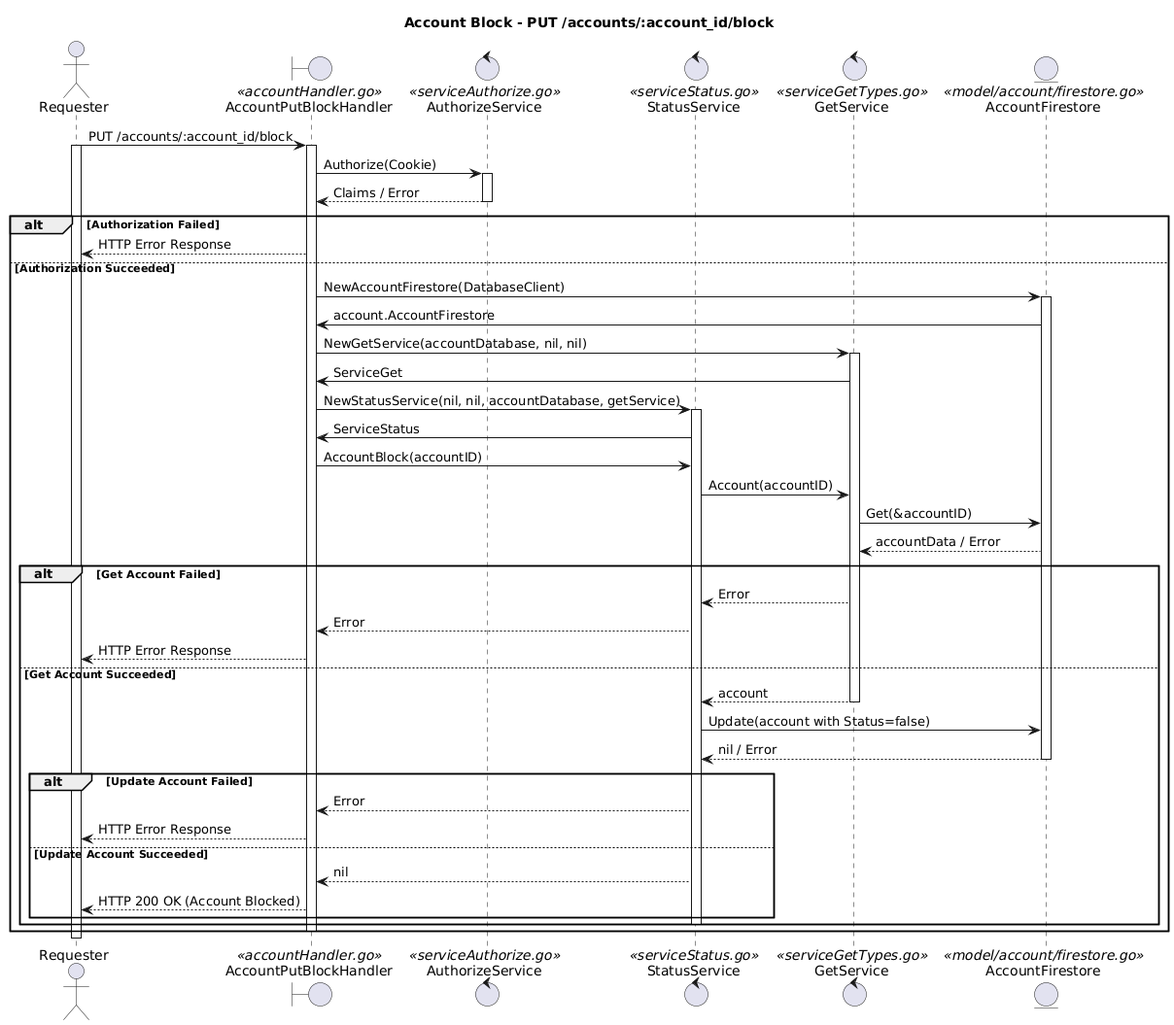
The PlantUML diagram docs/Un(Block)/SequenciaAccountBlock.png in JulioKobayashiEbury/BankingAPI, before a commit. Source of this version:
```plantuml
@startuml
title Account Block - PUT /accounts/:account_id/block

actor Requester
boundary AccountPutBlockHandler <<accountHandler.go>>
control AuthorizeService <<serviceAuthorize.go>>
control StatusService <<serviceStatus.go>>
control GetService <<serviceGetTypes.go>>
entity AccountFirestore <<model/account/firestore.go>>

Requester -> AccountPutBlockHandler : PUT /accounts/:account_id/block
activate Requester
activate AccountPutBlockHandler
AccountPutBlockHandler -> AuthorizeService : Authorize(Cookie)
activate AuthorizeService
AuthorizeService --> AccountPutBlockHandler : Claims / Error
deactivate AuthorizeService
alt Authorization Failed
    AccountPutBlockHandler --> Requester : HTTP Error Response
else Authorization Succeeded
    AccountPutBlockHandler -> AccountFirestore : NewAccountFirestore(DatabaseClient)
    activate AccountFirestore
    AccountFirestore -> AccountPutBlockHandler : account.AccountFirestore
    AccountPutBlockHandler -> GetService : NewGetService(accountDatabase, nil, nil)
    activate GetService
    GetService -> AccountPutBlockHandler : ServiceGet
    AccountPutBlockHandler -> StatusService : NewStatusService(nil, nil, accountDatabase, getService)
    activate StatusService
    StatusService -> AccountPutBlockHandler : ServiceStatus
    AccountPutBlockHandler -> StatusService : AccountBlock(accountID)
    StatusService -> GetService : Account(accountID)
    GetService -> AccountFirestore : Get(&accountID)
    AccountFirestore --> GetService : accountData / Error
    alt Get Account Failed
        GetService --> StatusService : Error
        StatusService --> AccountPutBlockHandler : Error
        AccountPutBlockHandler --> Requester : HTTP Error Response
    else Get Account Succeeded
        GetService --> StatusService : account
        deactivate GetService
        StatusService -> AccountFirestore : Update(account with Status=false)
        AccountFirestore --> StatusService : nil / Error
        deactivate AccountFirestore
        alt Update Account Failed
            StatusService --> AccountPutBlockHandler : Error
            AccountPutBlockHandler --> Requester : HTTP Error Response
        else Update Account Succeeded
            StatusService --> AccountPutBlockHandler : nil
            AccountPutBlockHandler --> Requester : HTTP 200 OK (Account Blocked)
        end
        deactivate StatusService
    end
    deactivate AccountPutBlockHandler
end
deactivate Requester
@enduml
```
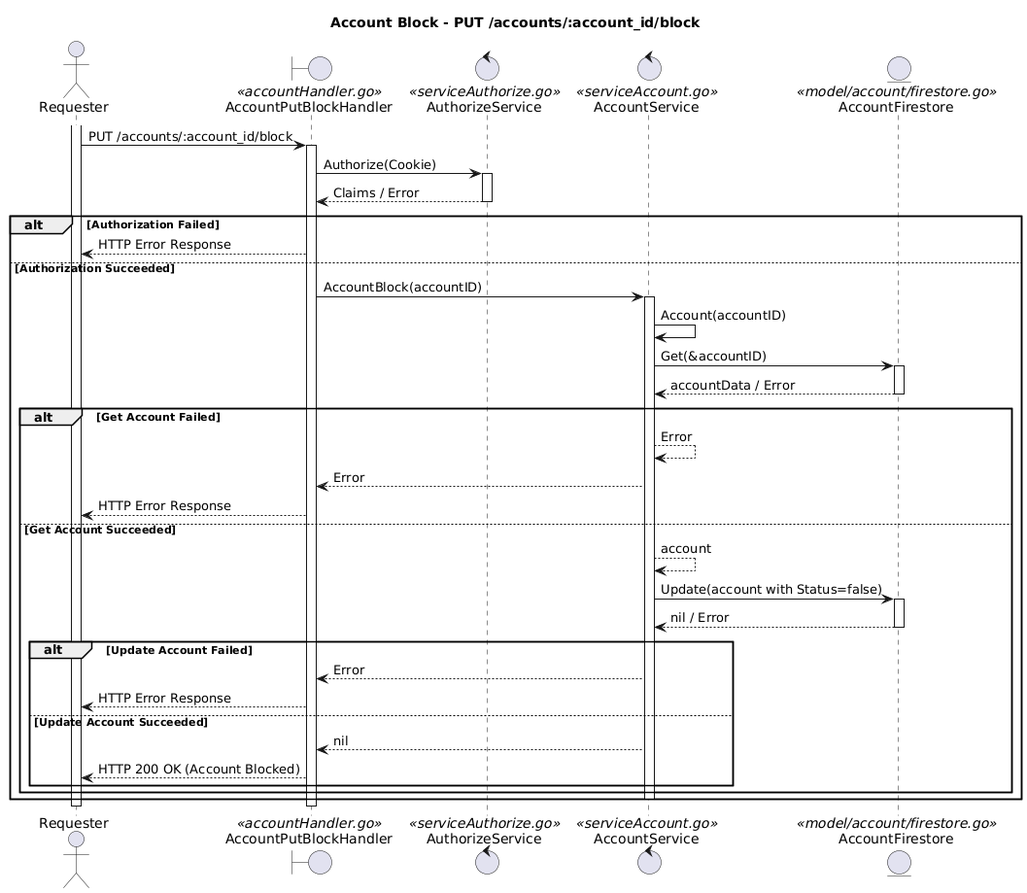
Above is the later version.

Diff of the diagram source:
```diff
@@ -4,12 +4,11 @@
 actor Requester
 boundary AccountPutBlockHandler <<accountHandler.go>>
 control AuthorizeService <<serviceAuthorize.go>>
-control StatusService <<serviceStatus.go>>
-control GetService <<serviceGetTypes.go>>
+control AccountService <<serviceAccount.go>>
 entity AccountFirestore <<model/account/firestore.go>>
 
+activate Requester
 Requester -> AccountPutBlockHandler : PUT /accounts/:account_id/block
-activate Requester
 activate AccountPutBlockHandler
 AccountPutBlockHandler -> AuthorizeService : Authorize(Cookie)
 activate AuthorizeService
@@ -18,39 +17,33 @@
 alt Authorization Failed
     AccountPutBlockHandler --> Requester : HTTP Error Response
 else Authorization Succeeded
-    AccountPutBlockHandler -> AccountFirestore : NewAccountFirestore(DatabaseClient)
+    AccountPutBlockHandler -> AccountService : AccountBlock(accountID)
+    activate AccountService
+    AccountService -> AccountService : Account(accountID)
+    AccountService -> AccountFirestore : Get(&accountID)
     activate AccountFirestore
-    AccountFirestore -> AccountPutBlockHandler : account.AccountFirestore
-    AccountPutBlockHandler -> GetService : NewGetService(accountDatabase, nil, nil)
-    activate GetService
-    GetService -> AccountPutBlockHandler : ServiceGet
-    AccountPutBlockHandler -> StatusService : NewStatusService(nil, nil, accountDatabase, getService)
-    activate StatusService
-    StatusService -> AccountPutBlockHandler : ServiceStatus
-    AccountPutBlockHandler -> StatusService : AccountBlock(accountID)
-    StatusService -> GetService : Account(accountID)
-    GetService -> AccountFirestore : Get(&accountID)
-    AccountFirestore --> GetService : accountData / Error
+    AccountFirestore --> AccountService : accountData / Error
+    deactivate AccountFirestore
     alt Get Account Failed
-        GetService --> StatusService : Error
-        StatusService --> AccountPutBlockHandler : Error
+        AccountService --> AccountService : Error
+        AccountService --> AccountPutBlockHandler : Error
         AccountPutBlockHandler --> Requester : HTTP Error Response
     else Get Account Succeeded
-        GetService --> StatusService : account
-        deactivate GetService
-        StatusService -> AccountFirestore : Update(account with Status=false)
-        AccountFirestore --> StatusService : nil / Error
+        AccountService --> AccountService : account
+        AccountService -> AccountFirestore : Update(account with Status=false)
+        activate AccountFirestore
+        AccountFirestore --> AccountService : nil / Error
         deactivate AccountFirestore
         alt Update Account Failed
-            StatusService --> AccountPutBlockHandler : Error
+            AccountService --> AccountPutBlockHandler : Error
             AccountPutBlockHandler --> Requester : HTTP Error Response
         else Update Account Succeeded
-            StatusService --> AccountPutBlockHandler : nil
+            AccountService --> AccountPutBlockHandler : nil
             AccountPutBlockHandler --> Requester : HTTP 200 OK (Account Blocked)
         end
-        deactivate StatusService
     end
-    deactivate AccountPutBlockHandler
+    deactivate AccountService
 end
+deactivate AccountPutBlockHandler
 deactivate Requester
 @enduml
```
